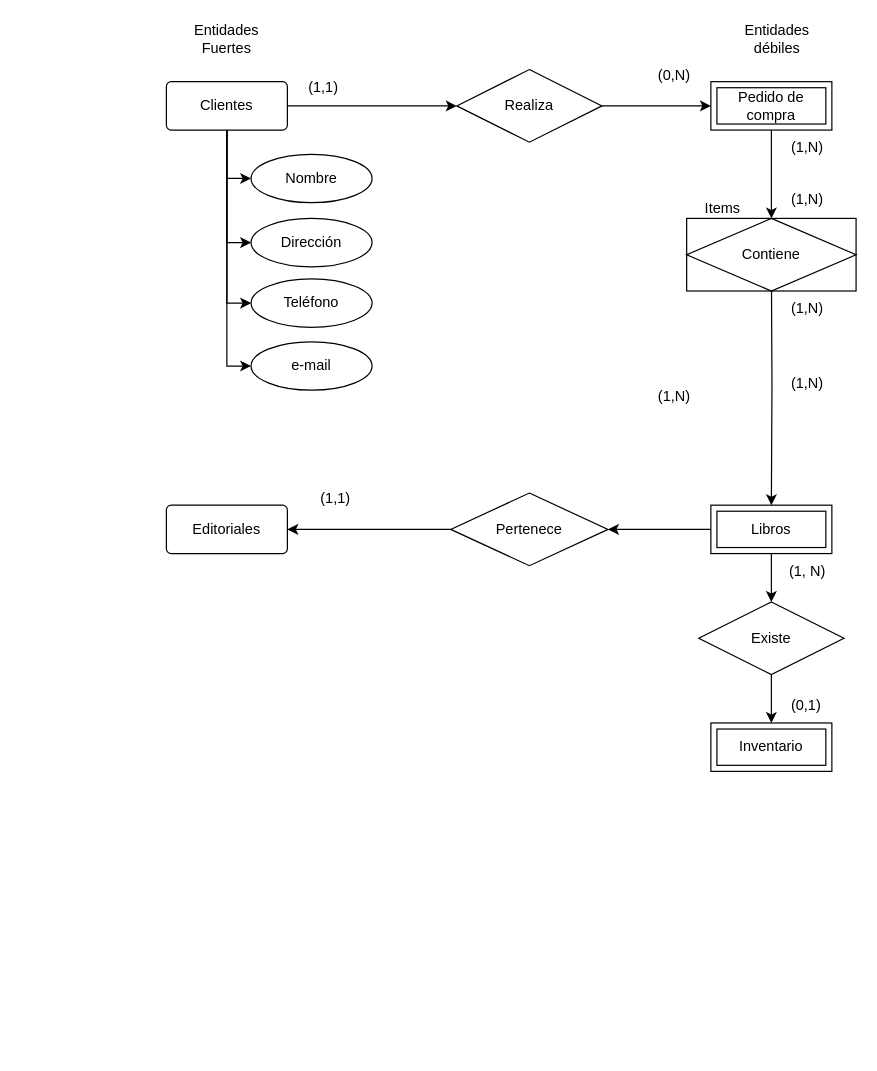
The draw.io diagram ClubDelLibro.drawio in ivazquez-07/database-modeller-excersises, before the edit. Source tidied: cells renumbered, new cells numbered last; positions are measured from the earlier drawing's top-left corner, leaving out a move shared by most shapes. Both pictures are drawn from the tidied source at 121%, with x=0, y=0 at pixel (166, 21).
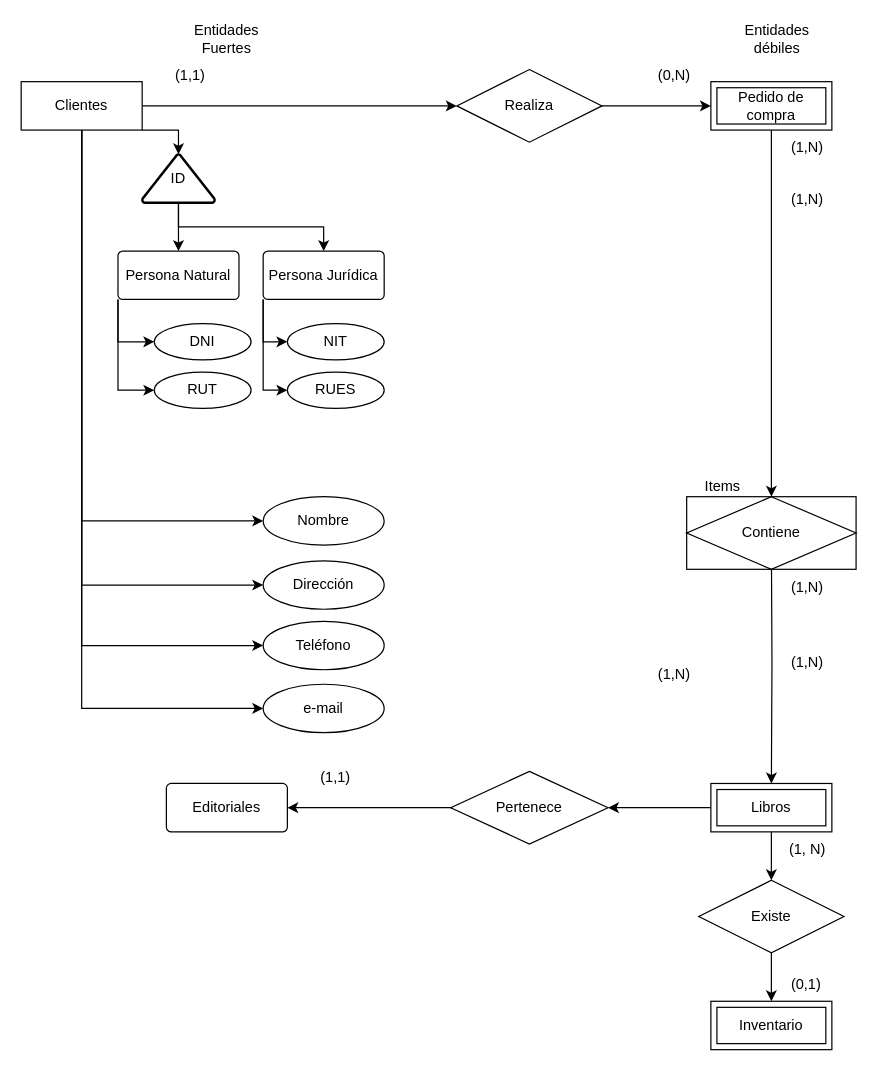
The same diagram, later.

The change refers to these unchanged cells:
```xml
<mxCell id="18" value="Realiza" style="shape=rhombus;perimeter=rhombusPerimeter;whiteSpace=wrap;html=1;align=center;" parent="1" vertex="1">
  <mxGeometry x="240" y="40" width="120" height="60" as="geometry" />
</mxCell>
```

The edit, as a diff of the source:
```diff
@@
-    <mxCell id="2" style="edgeStyle=orthogonalEdgeStyle;rounded=0;jettySize=auto;html=1;" parent="1" edge="1" source="7" target="18">
+    <mxCell id="2" style="edgeStyle=orthogonalEdgeStyle;rounded=0;jettySize=auto;html=1;exitX=1;exitY=0.5;exitDx=0;exitDy=0;" parent="1" edge="1" source="45" target="18">
       <mxGeometry relative="1" as="geometry" />
     </mxCell>
-    <mxCell id="3" style="edgeStyle=orthogonalEdgeStyle;rounded=0;jettySize=auto;html=1;exitX=0.5;exitY=1;exitDx=0;exitDy=0;entryX=0;entryY=0.5;entryDx=0;entryDy=0;" parent="1" edge="1" source="7" target="36">
+    <mxCell id="3" style="edgeStyle=orthogonalEdgeStyle;rounded=0;jettySize=auto;html=1;exitX=0.5;exitY=1;exitDx=0;exitDy=0;entryX=0;entryY=0.5;entryDx=0;entryDy=0;" parent="1" edge="1" source="45" target="36">
       <mxGeometry relative="1" as="geometry" />
     </mxCell>
-    <mxCell id="4" style="edgeStyle=orthogonalEdgeStyle;rounded=0;jettySize=auto;html=1;exitX=0.5;exitY=1;exitDx=0;exitDy=0;entryX=0;entryY=0.5;entryDx=0;entryDy=0;" parent="1" edge="1" source="7" target="37">
+    <mxCell id="4" style="edgeStyle=orthogonalEdgeStyle;rounded=0;jettySize=auto;html=1;exitX=0.5;exitY=1;exitDx=0;exitDy=0;entryX=0;entryY=0.5;entryDx=0;entryDy=0;" parent="1" edge="1" source="45" target="37">
       <mxGeometry relative="1" as="geometry" />
     </mxCell>
-    <mxCell id="5" style="edgeStyle=orthogonalEdgeStyle;rounded=0;jettySize=auto;html=1;exitX=0.5;exitY=1;exitDx=0;exitDy=0;entryX=0;entryY=0.5;entryDx=0;entryDy=0;" parent="1" edge="1" source="7" target="38">
+    <mxCell id="5" style="edgeStyle=orthogonalEdgeStyle;rounded=0;jettySize=auto;html=1;exitX=0.5;exitY=1;exitDx=0;exitDy=0;entryX=0;entryY=0.5;entryDx=0;entryDy=0;" parent="1" edge="1" source="45" target="38">
       <mxGeometry relative="1" as="geometry" />
     </mxCell>
-    <mxCell id="6" style="edgeStyle=orthogonalEdgeStyle;rounded=0;jettySize=auto;html=1;exitX=0.5;exitY=1;exitDx=0;exitDy=0;entryX=0;entryY=0.5;entryDx=0;entryDy=0;" parent="1" edge="1" source="7" target="39">
+    <mxCell id="6" style="edgeStyle=orthogonalEdgeStyle;rounded=0;jettySize=auto;html=1;exitX=0.5;exitY=1;exitDx=0;exitDy=0;entryX=0;entryY=0.5;entryDx=0;entryDy=0;" parent="1" edge="1" source="45" target="39">
       <mxGeometry relative="1" as="geometry" />
     </mxCell>
+    <mxCell id="40" style="edgeStyle=orthogonalEdgeStyle;rounded=0;jettySize=auto;html=1;exitX=0;exitY=1;exitDx=0;exitDy=0;entryX=0;entryY=0.5;entryDx=0;entryDy=0;" parent="1" edge="1" source="7" target="50">
+      <mxGeometry relative="1" as="geometry" />
+    </mxCell>
+    <mxCell id="41" style="edgeStyle=orthogonalEdgeStyle;rounded=0;jettySize=auto;html=1;exitX=0;exitY=1;exitDx=0;exitDy=0;entryX=0;entryY=0.5;entryDx=0;entryDy=0;" parent="1" edge="1" source="7" target="51">
+      <mxGeometry relative="1" as="geometry" />
+    </mxCell>
-    <mxCell id="7" value="Clientes" style="rounded=1;arcSize=10;whiteSpace=wrap;html=1;align=center;" parent="1" vertex="1">
-      <mxGeometry y="50" width="100" height="40" as="geometry" />
+    <mxCell id="7" value="Persona Natural" style="rounded=1;arcSize=10;whiteSpace=wrap;html=1;align=center;" parent="1" vertex="1">
+      <mxGeometry x="-40" y="190" width="100" height="40" as="geometry" />
     </mxCell>
@@
     <mxCell id="10" value="Editoriales" style="rounded=1;arcSize=10;whiteSpace=wrap;html=1;align=center;" parent="1" vertex="1">
-      <mxGeometry y="400" width="100" height="40" as="geometry" />
+      <mxGeometry y="630" width="100" height="40" as="geometry" />
     </mxCell>
     <mxCell id="11" value="Inventario" style="shape=ext;margin=3;double=1;whiteSpace=wrap;html=1;align=center;" parent="1" vertex="1">
-      <mxGeometry x="450" y="580" width="100" height="40" as="geometry" />
+      <mxGeometry x="450" y="810" width="100" height="40" as="geometry" />
     </mxCell>
@@
     <mxCell id="16" value="Libros" style="shape=ext;margin=3;double=1;whiteSpace=wrap;html=1;align=center;" parent="1" vertex="1">
-      <mxGeometry x="450" y="400" width="100" height="40" as="geometry" />
+      <mxGeometry x="450" y="630" width="100" height="40" as="geometry" />
     </mxCell>
@@
     <mxCell id="19" style="edgeStyle=orthogonalEdgeStyle;rounded=0;jettySize=auto;html=1;" parent="1" edge="1" target="16">
       <mxGeometry relative="1" as="geometry">
-        <mxPoint x="500" y="200" as="sourcePoint" />
+        <mxPoint x="500" y="430" as="sourcePoint" />
       </mxGeometry>
     </mxCell>
     <mxCell id="20" value="(1,1)" style="text;html=1;align=center;verticalAlign=middle;whiteSpace=wrap;rounded=0;" parent="1" vertex="1">
-      <mxGeometry x="100" y="40" width="60" height="30" as="geometry" />
+      <mxGeometry x="-10" y="30" width="60" height="30" as="geometry" />
     </mxCell>
@@
     <mxCell id="23" value="(1,N)" style="text;html=1;align=center;verticalAlign=middle;whiteSpace=wrap;rounded=0;" parent="1" vertex="1">
-      <mxGeometry x="500" y="223" width="60" height="30" as="geometry" />
+      <mxGeometry x="500" y="453" width="60" height="30" as="geometry" />
     </mxCell>
@@
     <mxCell id="25" value="Pertenece" style="shape=rhombus;perimeter=rhombusPerimeter;whiteSpace=wrap;html=1;align=center;" parent="1" vertex="1">
-      <mxGeometry x="235" y="390" width="130" height="60" as="geometry" />
+      <mxGeometry x="235" y="620" width="130" height="60" as="geometry" />
     </mxCell>
     <mxCell id="26" value="(1,N)" style="text;html=1;align=center;verticalAlign=middle;whiteSpace=wrap;rounded=0;" parent="1" vertex="1">
-      <mxGeometry x="390" y="295" width="60" height="30" as="geometry" />
+      <mxGeometry x="390" y="525" width="60" height="30" as="geometry" />
     </mxCell>
     <mxCell id="27" value="(1,1)" style="text;html=1;align=center;verticalAlign=middle;whiteSpace=wrap;rounded=0;" parent="1" vertex="1">
-      <mxGeometry x="110" y="380" width="60" height="30" as="geometry" />
+      <mxGeometry x="110" y="610" width="60" height="30" as="geometry" />
     </mxCell>
@@
     <mxCell id="29" value="Existe" style="shape=rhombus;perimeter=rhombusPerimeter;whiteSpace=wrap;html=1;align=center;" parent="1" vertex="1">
-      <mxGeometry x="440" y="480" width="120" height="60" as="geometry" />
+      <mxGeometry x="440" y="710" width="120" height="60" as="geometry" />
     </mxCell>
     <mxCell id="30" value="(1, N)" style="text;html=1;align=center;verticalAlign=middle;whiteSpace=wrap;rounded=0;" parent="1" vertex="1">
-      <mxGeometry x="500" y="440" width="60" height="30" as="geometry" />
+      <mxGeometry x="500" y="670" width="60" height="30" as="geometry" />
     </mxCell>
     <mxCell id="31" value="(0,1)" style="text;html=1;align=center;verticalAlign=middle;whiteSpace=wrap;rounded=0;" parent="1" vertex="1">
-      <mxGeometry x="499" y="551" width="60" height="30" as="geometry" />
+      <mxGeometry x="499" y="781" width="60" height="30" as="geometry" />
     </mxCell>
     <mxCell id="32" value="Contiene" style="shape=associativeEntity;whiteSpace=wrap;html=1;align=center;" parent="1" vertex="1">
-      <mxGeometry x="430" y="163" width="140" height="60" as="geometry" />
+      <mxGeometry x="430" y="393" width="140" height="60" as="geometry" />
     </mxCell>
     <mxCell id="33" value="Items" style="text;html=1;align=center;verticalAlign=middle;whiteSpace=wrap;rounded=0;" parent="1" vertex="1">
-      <mxGeometry x="430" y="140" width="60" height="30" as="geometry" />
+      <mxGeometry x="430" y="370" width="60" height="30" as="geometry" />
     </mxCell>
@@
     <mxCell id="35" value="(1,N)" style="text;html=1;align=center;verticalAlign=middle;whiteSpace=wrap;rounded=0;" parent="1" vertex="1">
-      <mxGeometry x="500" y="285" width="60" height="30" as="geometry" />
+      <mxGeometry x="500" y="515" width="60" height="30" as="geometry" />
     </mxCell>
     <mxCell id="36" value="Nombre" style="ellipse;whiteSpace=wrap;html=1;align=center;" parent="1" vertex="1">
-      <mxGeometry x="70" y="110" width="100" height="40" as="geometry" />
+      <mxGeometry x="80" y="393" width="100" height="40" as="geometry" />
     </mxCell>
     <mxCell id="37" value="Dirección" style="ellipse;whiteSpace=wrap;html=1;align=center;" parent="1" vertex="1">
-      <mxGeometry x="70" y="163" width="100" height="40" as="geometry" />
+      <mxGeometry x="80" y="446" width="100" height="40" as="geometry" />
     </mxCell>
     <mxCell id="38" value="Teléfono" style="ellipse;whiteSpace=wrap;html=1;align=center;" parent="1" vertex="1">
-      <mxGeometry x="70" y="213" width="100" height="40" as="geometry" />
+      <mxGeometry x="80" y="496" width="100" height="40" as="geometry" />
     </mxCell>
     <mxCell id="39" value="e-mail" style="ellipse;whiteSpace=wrap;html=1;align=center;" parent="1" vertex="1">
-      <mxGeometry x="70" y="265" width="100" height="40" as="geometry" />
+      <mxGeometry x="80" y="548" width="100" height="40" as="geometry" />
     </mxCell>
+    <mxCell id="42" style="edgeStyle=orthogonalEdgeStyle;rounded=0;jettySize=auto;html=1;exitX=0.5;exitY=1;exitDx=0;exitDy=0;exitPerimeter=0;entryX=0.5;entryY=0;entryDx=0;entryDy=0;" parent="1" edge="1" source="44" target="7">
+      <mxGeometry relative="1" as="geometry" />
+    </mxCell>
+    <mxCell id="43" style="edgeStyle=orthogonalEdgeStyle;rounded=0;jettySize=auto;html=1;exitX=0.5;exitY=1;exitDx=0;exitDy=0;exitPerimeter=0;entryX=0.5;entryY=0;entryDx=0;entryDy=0;" parent="1" edge="1" source="44" target="49">
+      <mxGeometry relative="1" as="geometry" />
+    </mxCell>
+    <mxCell id="44" value="ID" style="strokeWidth=2;html=1;shape=mxgraph.flowchart.extract_or_measurement;whiteSpace=wrap;" parent="1" vertex="1">
+      <mxGeometry x="-20" y="110" width="60" height="40" as="geometry" />
+    </mxCell>
+    <mxCell id="45" value="Clientes" style="whiteSpace=wrap;html=1;align=center;" parent="1" vertex="1">
+      <mxGeometry x="-120" y="50" width="100" height="40" as="geometry" />
+    </mxCell>
+    <mxCell id="46" style="edgeStyle=orthogonalEdgeStyle;rounded=0;jettySize=auto;html=1;exitX=1;exitY=1;exitDx=0;exitDy=0;entryX=0.5;entryY=0;entryDx=0;entryDy=0;entryPerimeter=0;" parent="1" edge="1" source="45" target="44">
+      <mxGeometry relative="1" as="geometry" />
+    </mxCell>
+    <mxCell id="47" style="edgeStyle=orthogonalEdgeStyle;rounded=0;jettySize=auto;html=1;exitX=0;exitY=1;exitDx=0;exitDy=0;entryX=0;entryY=0.5;entryDx=0;entryDy=0;" parent="1" edge="1" source="49" target="52">
+      <mxGeometry relative="1" as="geometry" />
+    </mxCell>
+    <mxCell id="48" style="edgeStyle=orthogonalEdgeStyle;rounded=0;jettySize=auto;html=1;exitX=0;exitY=1;exitDx=0;exitDy=0;entryX=0;entryY=0.5;entryDx=0;entryDy=0;" parent="1" edge="1" source="49" target="53">
+      <mxGeometry relative="1" as="geometry" />
+    </mxCell>
+    <mxCell id="49" value="Persona Jurídica" style="rounded=1;arcSize=10;whiteSpace=wrap;html=1;align=center;" parent="1" vertex="1">
+      <mxGeometry x="80" y="190" width="100" height="40" as="geometry" />
+    </mxCell>
+    <mxCell id="50" value="DNI" style="ellipse;whiteSpace=wrap;html=1;align=center;" parent="1" vertex="1">
+      <mxGeometry x="-10" y="250" width="80" height="30" as="geometry" />
+    </mxCell>
+    <mxCell id="51" value="RUT" style="ellipse;whiteSpace=wrap;html=1;align=center;" parent="1" vertex="1">
+      <mxGeometry x="-10" y="290" width="80" height="30" as="geometry" />
+    </mxCell>
+    <mxCell id="52" value="NIT" style="ellipse;whiteSpace=wrap;html=1;align=center;" parent="1" vertex="1">
+      <mxGeometry x="100" y="250" width="80" height="30" as="geometry" />
+    </mxCell>
+    <mxCell id="53" value="RUES" style="ellipse;whiteSpace=wrap;html=1;align=center;" parent="1" vertex="1">
+      <mxGeometry x="100" y="290" width="80" height="30" as="geometry" />
+    </mxCell>
```
